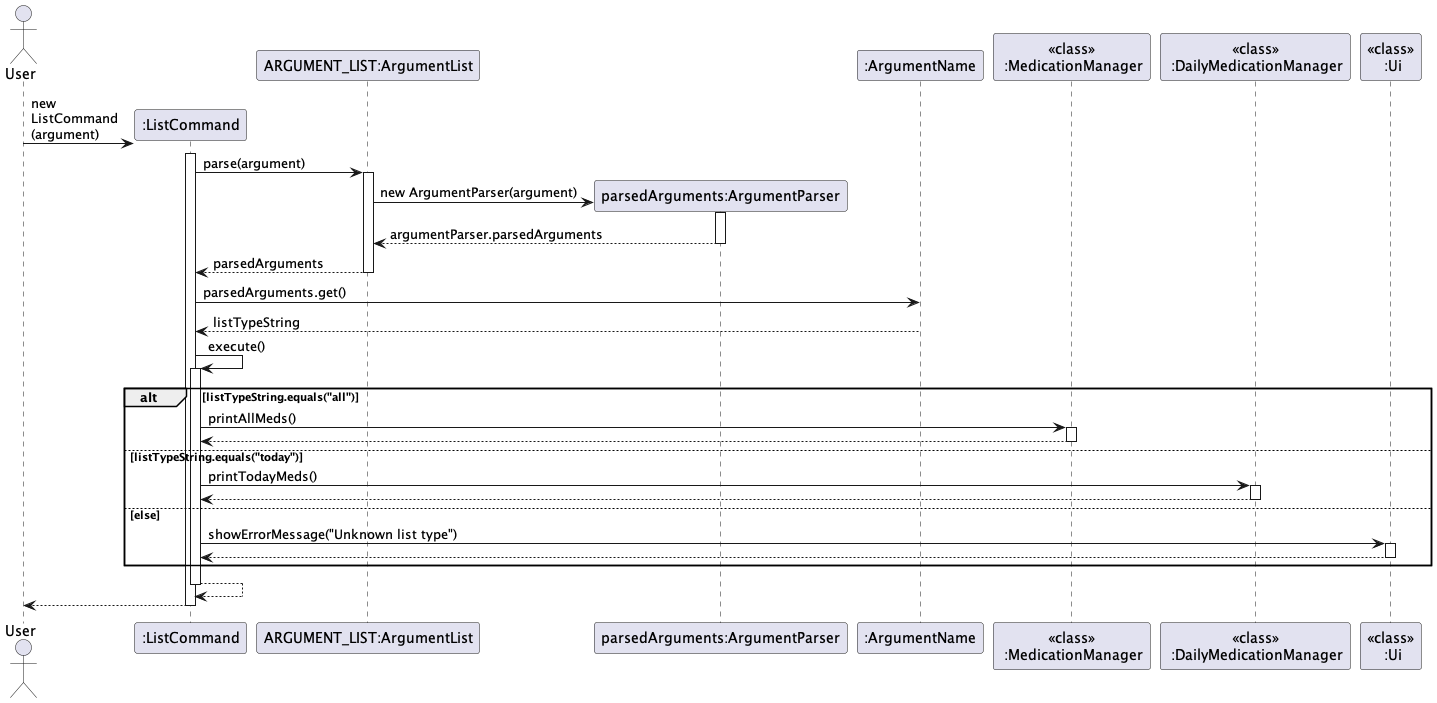
Earlier version of the PlantUML export docs/images/ListCommand.png (e0958902/tp).
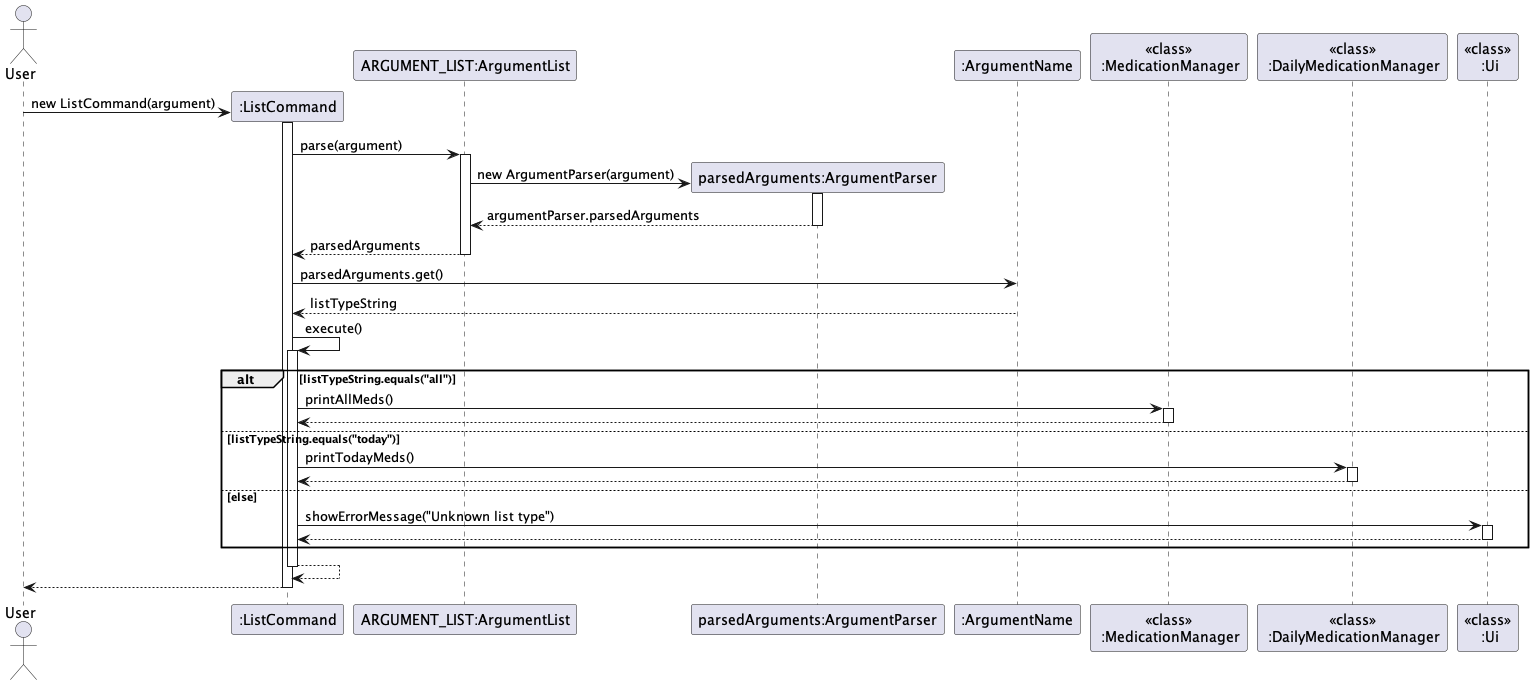
After the change.

Change to the diagram source:
```diff
@@ -5,7 +5,7 @@
 participant ":ListCommand" as LC
 participant "ARGUMENT_LIST:ArgumentList" as AL
 
-User -> LC ** : new \nListCommand\n(argument)
+User -> LC ** : new ListCommand(argument)
 activate LC
 LC -> AL: parse(argument)
 activate AL
```
